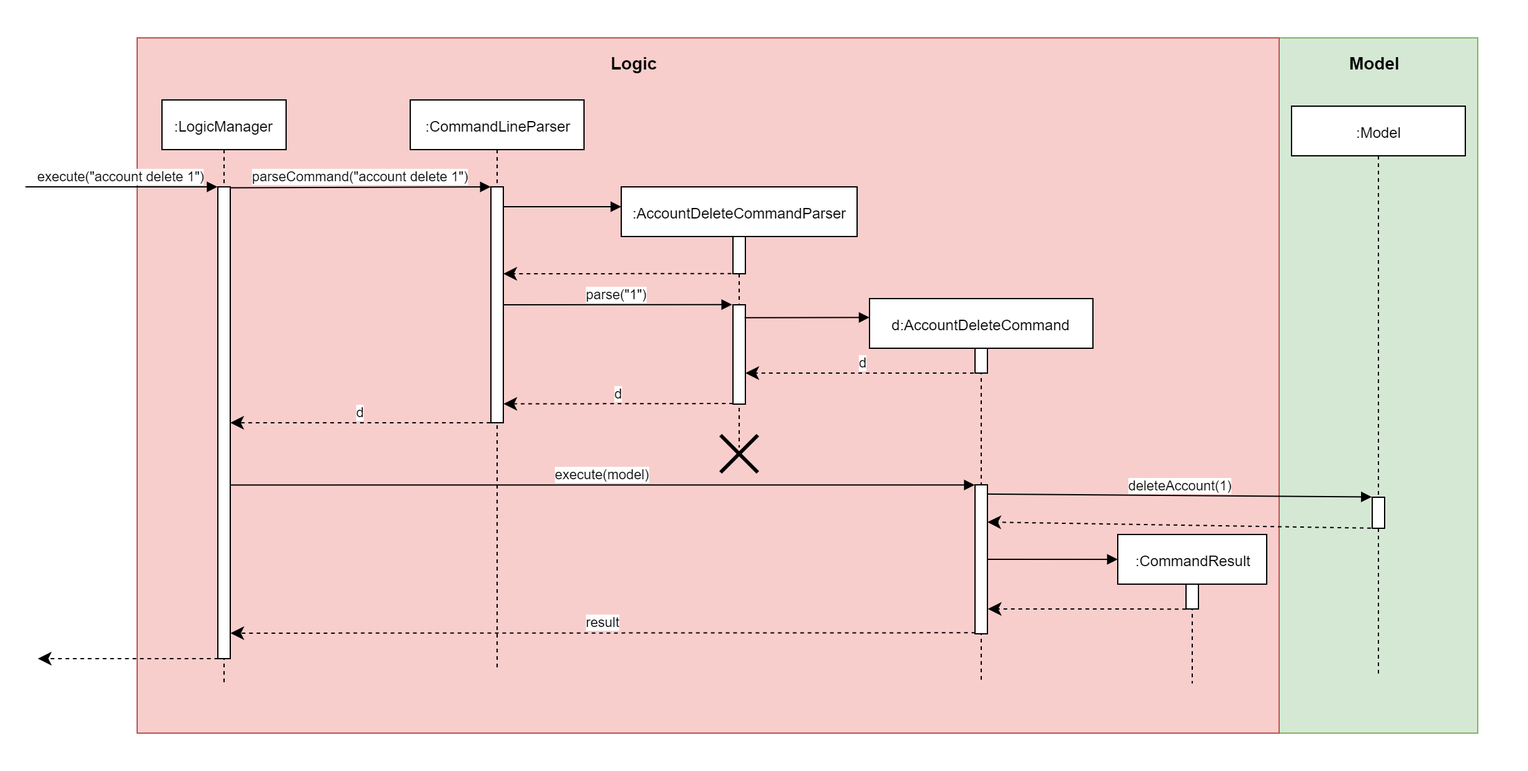
nus-cs2103-AY1920S1/addressbook-level3 keeps this draw.io diagram as docs/images/DeleteSequenceDiagram.png. Above is the earlier version. Source tidied: cells renumbered, new cells last; positions are measured from the earlier drawing's top-left corner, leaving out a move shared by most shapes.
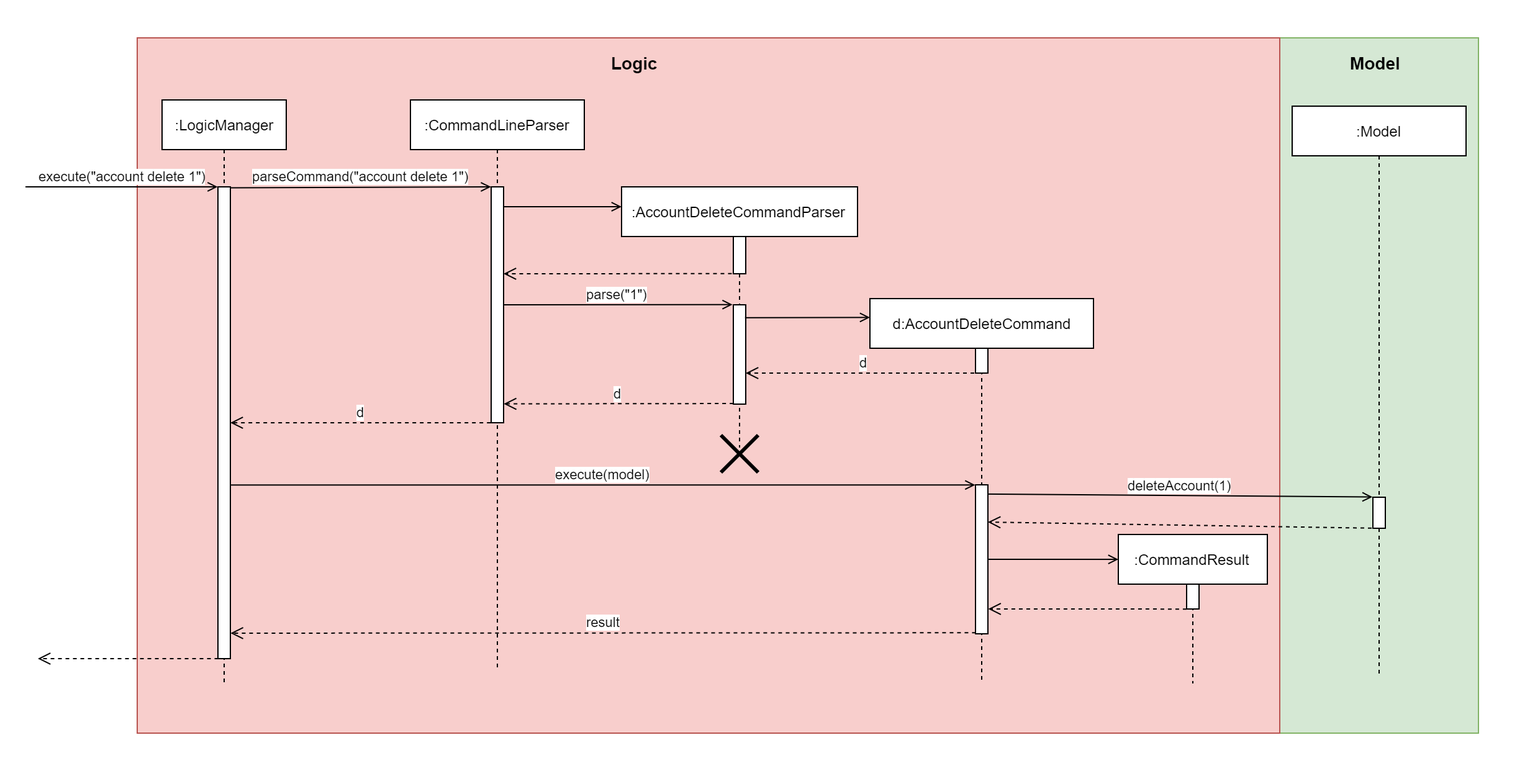
Above is the later version.

What changed in the source:
```diff
@@ -41,43 +41,43 @@
     <mxCell id="14" style="html=1;points=[];perimeter=orthogonalPerimeter;" parent="12" vertex="1">
       <mxGeometry x="85" y="150" width="10" height="120" as="geometry" />
     </mxCell>
-    <mxCell id="15" value="parseCommand(&quot;account delete 1&quot;)" style="html=1;verticalAlign=bottom;endArrow=block;exitX=0.994;exitY=0.002;exitDx=0;exitDy=0;exitPerimeter=0;entryX=-0.016;entryY=0;entryDx=0;entryDy=0;entryPerimeter=0;" parent="1" edge="1" source="6" target="8">
+    <mxCell id="15" value="parseCommand(&quot;account delete 1&quot;)" style="html=1;verticalAlign=bottom;endArrow=open;exitX=0.994;exitY=0.002;exitDx=0;exitDy=0;exitPerimeter=0;entryX=-0.016;entryY=0;entryDx=0;entryDy=0;entryPerimeter=0;endFill=0;" parent="1" edge="1" source="6" target="8">
       <mxGeometry relative="1" as="geometry" />
     </mxCell>
-    <mxCell id="16" style="html=1;verticalAlign=bottom;endArrow=block;" parent="1" edge="1">
+    <mxCell id="16" style="html=1;verticalAlign=bottom;endArrow=open;endFill=0;" parent="1" edge="1">
       <mxGeometry relative="1" as="geometry">
         <mxPoint x="405" y="166" as="sourcePoint" />
         <mxPoint x="500" y="166" as="targetPoint" />
       </mxGeometry>
     </mxCell>
-    <mxCell id="17" style="html=1;verticalAlign=bottom;endArrow=classic;dashed=1;endSize=8;endFill=1;exitX=-0.126;exitY=0.996;exitDx=0;exitDy=0;exitPerimeter=0;" parent="1" edge="1" source="10">
+    <mxCell id="17" style="html=1;verticalAlign=bottom;endArrow=open;dashed=1;endSize=8;endFill=0;exitX=-0.126;exitY=0.996;exitDx=0;exitDy=0;exitPerimeter=0;" parent="1" edge="1" source="10">
       <mxGeometry relative="1" as="geometry">
         <mxPoint x="405" y="220" as="targetPoint" />
       </mxGeometry>
     </mxCell>
-    <mxCell id="18" value="parse(&quot;1&quot;)" style="html=1;verticalAlign=bottom;endArrow=block;entryX=-0.069;entryY=-0.002;entryDx=0;entryDy=0;entryPerimeter=0;" parent="1" edge="1" target="11">
+    <mxCell id="18" value="parse(&quot;1&quot;)" style="html=1;verticalAlign=bottom;endArrow=open;entryX=-0.069;entryY=-0.002;entryDx=0;entryDy=0;entryPerimeter=0;endFill=0;" parent="1" edge="1" target="11">
       <mxGeometry relative="1" as="geometry">
         <mxPoint x="405" y="245" as="sourcePoint" />
       </mxGeometry>
     </mxCell>
-    <mxCell id="19" style="html=1;verticalAlign=bottom;endArrow=block;entryX=0;entryY=0.049;entryDx=0;entryDy=0;entryPerimeter=0;exitX=0.94;exitY=0.13;exitDx=0;exitDy=0;exitPerimeter=0;" parent="1" edge="1" source="11" target="12">
+    <mxCell id="19" style="html=1;verticalAlign=bottom;endArrow=open;entryX=0;entryY=0.049;entryDx=0;entryDy=0;entryPerimeter=0;exitX=0.94;exitY=0.13;exitDx=0;exitDy=0;exitPerimeter=0;endFill=0;" parent="1" edge="1" source="11" target="12">
       <mxGeometry relative="1" as="geometry" />
     </mxCell>
-    <mxCell id="20" value="d" style="html=1;verticalAlign=bottom;endArrow=classic;dashed=1;endSize=8;exitX=0.5;exitY=1;exitDx=0;exitDy=0;exitPerimeter=0;endFill=1;" parent="1" edge="1" source="13" target="11">
+    <mxCell id="20" value="d" style="html=1;verticalAlign=bottom;endArrow=open;dashed=1;endSize=8;exitX=0.5;exitY=1;exitDx=0;exitDy=0;exitPerimeter=0;endFill=0;" parent="1" edge="1" source="13" target="11">
       <mxGeometry relative="1" as="geometry" />
     </mxCell>
-    <mxCell id="21" value="d" style="html=1;verticalAlign=bottom;endArrow=classic;dashed=1;endSize=8;exitX=0.009;exitY=0.994;exitDx=0;exitDy=0;exitPerimeter=0;entryX=1.016;entryY=0.92;entryDx=0;entryDy=0;entryPerimeter=0;endFill=1;" parent="1" edge="1" source="11" target="8">
+    <mxCell id="21" value="d" style="html=1;verticalAlign=bottom;endArrow=open;dashed=1;endSize=8;exitX=0.009;exitY=0.994;exitDx=0;exitDy=0;exitPerimeter=0;entryX=1.016;entryY=0.92;entryDx=0;entryDy=0;entryPerimeter=0;endFill=0;" parent="1" edge="1" source="11" target="8">
       <mxGeometry relative="1" as="geometry" />
     </mxCell>
     <mxCell id="22" style="shape=umlDestroy;whiteSpace=wrap;html=1;strokeWidth=3;" parent="1" vertex="1">
       <mxGeometry x="580" y="350" width="30" height="30" as="geometry" />
     </mxCell>
-    <mxCell id="23" value="d" style="html=1;verticalAlign=bottom;endArrow=classic;dashed=1;endSize=8;exitX=0.009;exitY=0.994;exitDx=0;exitDy=0;exitPerimeter=0;endFill=1;" parent="1" edge="1" target="6">
+    <mxCell id="23" value="d" style="html=1;verticalAlign=bottom;endArrow=open;dashed=1;endSize=8;exitX=0.009;exitY=0.994;exitDx=0;exitDy=0;exitPerimeter=0;endFill=0;" parent="1" edge="1" target="6">
       <mxGeometry relative="1" as="geometry">
         <mxPoint x="394.6" y="340" as="sourcePoint" />
       </mxGeometry>
     </mxCell>
-    <mxCell id="24" value="execute(model)" style="html=1;verticalAlign=bottom;endArrow=block;entryX=-0.024;entryY=0.001;entryDx=0;entryDy=0;entryPerimeter=0;exitX=1.017;exitY=0.632;exitDx=0;exitDy=0;exitPerimeter=0;" parent="1" edge="1" source="6" target="14">
+    <mxCell id="24" value="execute(model)" style="html=1;verticalAlign=bottom;endArrow=open;entryX=-0.024;entryY=0.001;entryDx=0;entryDy=0;entryPerimeter=0;exitX=1.017;exitY=0.632;exitDx=0;exitDy=0;exitPerimeter=0;endFill=0;" parent="1" edge="1" source="6" target="14">
       <mxGeometry relative="1" as="geometry" />
     </mxCell>
     <mxCell id="25" value=":Model" style="shape=umlLifeline;perimeter=lifelinePerimeter;whiteSpace=wrap;html=1;" parent="1" vertex="1">
@@ -86,10 +86,10 @@
     <mxCell id="26" style="html=1;points=[];perimeter=orthogonalPerimeter;" parent="25" vertex="1">
       <mxGeometry x="65" y="315" width="10" height="25" as="geometry" />
     </mxCell>
-    <mxCell id="27" value="deleteAccount(1)" style="html=1;verticalAlign=bottom;endArrow=block;entryX=-0.039;entryY=-0.009;entryDx=0;entryDy=0;entryPerimeter=0;exitX=1.04;exitY=0.062;exitDx=0;exitDy=0;exitPerimeter=0;" parent="1" edge="1" source="14" target="26">
+    <mxCell id="27" value="deleteAccount(1)" style="html=1;verticalAlign=bottom;endArrow=open;entryX=-0.039;entryY=-0.009;entryDx=0;entryDy=0;entryPerimeter=0;exitX=1.04;exitY=0.062;exitDx=0;exitDy=0;exitPerimeter=0;endFill=0;" parent="1" edge="1" source="14" target="26">
       <mxGeometry relative="1" as="geometry" />
     </mxCell>
-    <mxCell id="28" style="html=1;verticalAlign=bottom;endArrow=classic;dashed=1;endSize=8;exitX=0.5;exitY=1;exitDx=0;exitDy=0;exitPerimeter=0;endFill=1;" parent="1" edge="1" source="26">
+    <mxCell id="28" style="html=1;verticalAlign=bottom;endArrow=open;dashed=1;endSize=8;exitX=0.5;exitY=1;exitDx=0;exitDy=0;exitPerimeter=0;endFill=0;" parent="1" edge="1" source="26">
       <mxGeometry relative="1" as="geometry">
         <mxPoint x="795" y="420" as="targetPoint" />
       </mxGeometry>
@@ -100,23 +100,23 @@
     <mxCell id="30" style="html=1;points=[];perimeter=orthogonalPerimeter;" parent="29" vertex="1">
       <mxGeometry x="55" y="40" width="10" height="20" as="geometry" />
     </mxCell>
-    <mxCell id="31" style="html=1;verticalAlign=bottom;endArrow=block;entryX=0;entryY=0.167;entryDx=0;entryDy=0;entryPerimeter=0;" parent="1" edge="1" target="29">
+    <mxCell id="31" style="html=1;verticalAlign=bottom;endArrow=open;entryX=0;entryY=0.167;entryDx=0;entryDy=0;entryPerimeter=0;endFill=0;" parent="1" edge="1" target="29">
       <mxGeometry relative="1" as="geometry">
         <mxPoint x="795" y="450" as="sourcePoint" />
       </mxGeometry>
     </mxCell>
-    <mxCell id="32" style="html=1;verticalAlign=bottom;endArrow=classic;dashed=1;endSize=8;endFill=1;exitX=-0.004;exitY=1.004;exitDx=0;exitDy=0;exitPerimeter=0;entryX=1.032;entryY=0.833;entryDx=0;entryDy=0;entryPerimeter=0;" parent="1" edge="1" source="30" target="14">
+    <mxCell id="32" style="html=1;verticalAlign=bottom;endArrow=open;dashed=1;endSize=8;endFill=0;exitX=-0.004;exitY=1.004;exitDx=0;exitDy=0;exitPerimeter=0;entryX=1.032;entryY=0.833;entryDx=0;entryDy=0;entryPerimeter=0;" parent="1" edge="1" source="30" target="14">
       <mxGeometry relative="1" as="geometry" />
     </mxCell>
-    <mxCell id="33" value="result" style="html=1;verticalAlign=bottom;endArrow=classic;dashed=1;endSize=8;exitX=0.022;exitY=0.993;exitDx=0;exitDy=0;exitPerimeter=0;endFill=1;entryX=1.015;entryY=0.946;entryDx=0;entryDy=0;entryPerimeter=0;" parent="1" edge="1" source="14" target="6">
+    <mxCell id="33" value="result" style="html=1;verticalAlign=bottom;endArrow=open;dashed=1;endSize=8;exitX=0.022;exitY=0.993;exitDx=0;exitDy=0;exitPerimeter=0;endFill=0;entryX=1.015;entryY=0.946;entryDx=0;entryDy=0;entryPerimeter=0;" parent="1" edge="1" source="14" target="6">
       <mxGeometry relative="1" as="geometry" />
     </mxCell>
-    <mxCell id="34" style="html=1;verticalAlign=bottom;endArrow=classic;dashed=1;endSize=8;endFill=1;exitX=0.027;exitY=1;exitDx=0;exitDy=0;exitPerimeter=0;" parent="1" edge="1" source="6">
+    <mxCell id="34" style="html=1;verticalAlign=bottom;endArrow=open;dashed=1;endSize=8;endFill=0;exitX=0.027;exitY=1;exitDx=0;exitDy=0;exitPerimeter=0;" parent="1" edge="1" source="6">
       <mxGeometry relative="1" as="geometry">
         <mxPoint x="30" y="530" as="targetPoint" />
       </mxGeometry>
     </mxCell>
-    <mxCell id="35" value="execute(&quot;account delete 1&quot;)" style="html=1;verticalAlign=bottom;endArrow=block;entryX=-0.027;entryY=0;entryDx=0;entryDy=0;entryPerimeter=0;" parent="1" edge="1" target="6">
+    <mxCell id="35" value="execute(&quot;account delete 1&quot;)" style="html=1;verticalAlign=bottom;endArrow=open;entryX=-0.027;entryY=0;entryDx=0;entryDy=0;entryPerimeter=0;endFill=0;" parent="1" edge="1" target="6">
       <mxGeometry relative="1" as="geometry">
         <mxPoint x="20" y="150" as="sourcePoint" />
       </mxGeometry>
```
